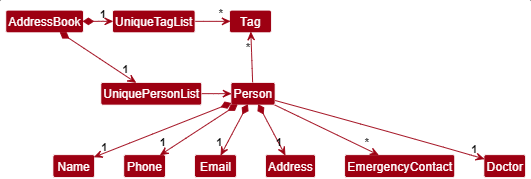
Before: docs/images/BetterModelClassDiagram.png, a diagram exported from PlantUML (nus-cs2103-AY2425S1/tp). Its source is kept beside it as docs/diagrams/BetterModelClassDiagram.puml.
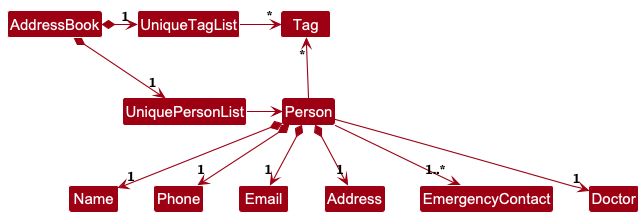
Above is the later version.

The edit, as a diff of the source:
```diff
@@ -18,6 +18,6 @@
 Person *--> "1"Phone
 Person *--> "1"Email
 Person *--> "1"Address
-Person -->  "*"EmergencyContact
+Person -->  "1..*"EmergencyContact
 Person -->  "1"Doctor
 @enduml
```
